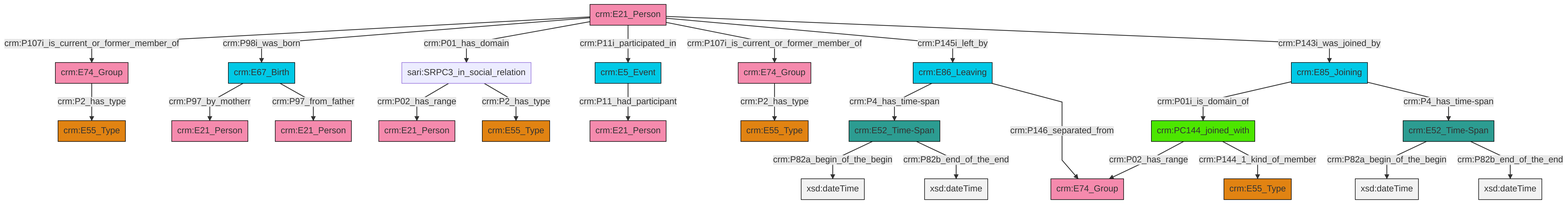
Above: et/personCSV/ttl/mmd/png/Person_Actor_Relations.png in swiss-art-research-net/docs.swissartresearch (Mermaid), before the change. Its source is kept beside it as et/personCSV/ttl/mmd/Person_Actor_Relations.ttl.mmd.
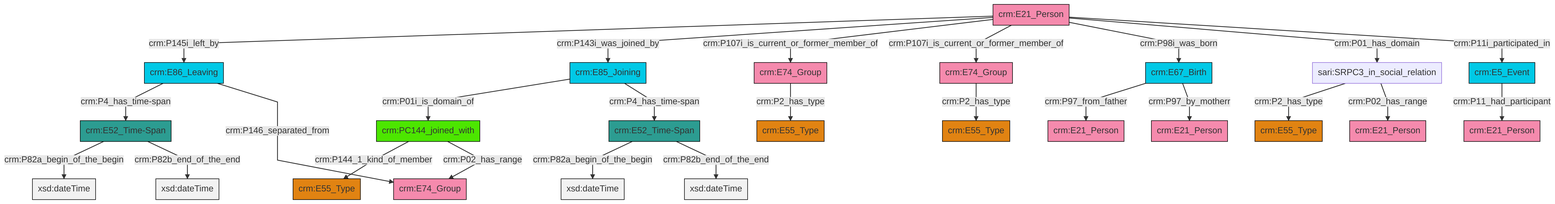
After the commit.

What changed in the source:
```diff
@@ -13,27 +13,27 @@
 classDef PC_Classes fill:#4ce600, stroke:#000000;
 classDef Multi fill:#cccccc,stroke:#000000;
 
-0["crm:E85_Joining"]:::Temporal_Entity -->|crm:P01i_is_domain_of| 1["crm:PC144_joined_with"]:::PC_Classes
-2["crm:E21_Person"]:::Actor -->|crm:P107i_is_current_or_former_member_of| 3["crm:E74_Group"]:::Actor
-2["crm:E21_Person"]:::Actor -->|crm:P98i_was_born| 4["crm:E67_Birth"]:::Temporal_Entity
-2["crm:E21_Person"]:::Actor -->|crm:P01_has_domain| 13["sari:SRPC3_in_social_relation"]:::Default
-14["crm:E52_Time-Span"]:::Time-Span -->|crm:P82a_begin_of_the_begin| 15[xsd:dateTime]:::Literal
-13["sari:SRPC3_in_social_relation"]:::Default -->|crm:P02_has_range| 11["crm:E21_Person"]:::Actor
-24["crm:E86_Leaving"]:::Temporal_Entity -->|crm:P4_has_time-span| 25["crm:E52_Time-Span"]:::Time-Span
-2["crm:E21_Person"]:::Actor -->|crm:P11i_participated_in| 27["crm:E5_Event"]:::Temporal_Entity
-25["crm:E52_Time-Span"]:::Time-Span -->|crm:P82a_begin_of_the_begin| 36[xsd:dateTime]:::Literal
-2["crm:E21_Person"]:::Actor -->|crm:P107i_is_current_or_former_member_of| 32["crm:E74_Group"]:::Actor
-3["crm:E74_Group"]:::Actor -->|crm:P2_has_type| 37["crm:E55_Type"]:::Type
-1["crm:PC144_joined_with"]:::PC_Classes -->|crm:P02_has_range| 9["crm:E74_Group"]:::Actor
-14["crm:E52_Time-Span"]:::Time-Span -->|crm:P82b_end_of_the_end| 39[xsd:dateTime]:::Literal
-4["crm:E67_Birth"]:::Temporal_Entity -->|crm:P97_by_motherr| 16["crm:E21_Person"]:::Actor
-13["sari:SRPC3_in_social_relation"]:::Default -->|crm:P2_has_type| 7["crm:E55_Type"]:::Type
-2["crm:E21_Person"]:::Actor -->|crm:P145i_left_by| 24["crm:E86_Leaving"]:::Temporal_Entity
-24["crm:E86_Leaving"]:::Temporal_Entity -->|crm:P146_separated_from| 9["crm:E74_Group"]:::Actor
-1["crm:PC144_joined_with"]:::PC_Classes -->|crm:P144_1_kind_of_member| 5["crm:E55_Type"]:::Type
-0["crm:E85_Joining"]:::Temporal_Entity -->|crm:P4_has_time-span| 14["crm:E52_Time-Span"]:::Time-Span
-2["crm:E21_Person"]:::Actor -->|crm:P143i_was_joined_by| 0["crm:E85_Joining"]:::Temporal_Entity
-27["crm:E5_Event"]:::Temporal_Entity -->|crm:P11_had_participant| 34["crm:E21_Person"]:::Actor
-25["crm:E52_Time-Span"]:::Time-Span -->|crm:P82b_end_of_the_end| 46[xsd:dateTime]:::Literal
-32["crm:E74_Group"]:::Actor -->|crm:P2_has_type| 18["crm:E55_Type"]:::Type
-4["crm:E67_Birth"]:::Temporal_Entity -->|crm:P97_from_father| 44["crm:E21_Person"]:::Actor
+4["crm:E74_Group"]:::Actor -->|crm:P2_has_type| 5["crm:E55_Type"]:::Type
+6["crm:E86_Leaving"]:::Temporal_Entity -->|crm:P4_has_time-span| 7["crm:E52_Time-Span"]:::Time-Span
+10["crm:E67_Birth"]:::Temporal_Entity -->|crm:P97_from_father| 11["crm:E21_Person"]:::Actor
+14["crm:E21_Person"]:::Actor -->|crm:P145i_left_by| 6["crm:E86_Leaving"]:::Temporal_Entity
+15["crm:E85_Joining"]:::Temporal_Entity -->|crm:P01i_is_domain_of| 2["crm:PC144_joined_with"]:::PC_Classes
+14["crm:E21_Person"]:::Actor -->|crm:P143i_was_joined_by| 15["crm:E85_Joining"]:::Temporal_Entity
+15["crm:E85_Joining"]:::Temporal_Entity -->|crm:P4_has_time-span| 17["crm:E52_Time-Span"]:::Time-Span
+21["crm:E5_Event"]:::Temporal_Entity -->|crm:P11_had_participant| 0["crm:E21_Person"]:::Actor
+14["crm:E21_Person"]:::Actor -->|crm:P107i_is_current_or_former_member_of| 22["crm:E74_Group"]:::Actor
+17["crm:E52_Time-Span"]:::Time-Span -->|crm:P82a_begin_of_the_begin| 23[xsd:dateTime]:::Literal
+2["crm:PC144_joined_with"]:::PC_Classes -->|crm:P144_1_kind_of_member| 18["crm:E55_Type"]:::Type
+14["crm:E21_Person"]:::Actor -->|crm:P107i_is_current_or_former_member_of| 4["crm:E74_Group"]:::Actor
+14["crm:E21_Person"]:::Actor -->|crm:P98i_was_born| 10["crm:E67_Birth"]:::Temporal_Entity
+7["crm:E52_Time-Span"]:::Time-Span -->|crm:P82a_begin_of_the_begin| 33[xsd:dateTime]:::Literal
+31["sari:SRPC3_in_social_relation"]:::Default -->|crm:P2_has_type| 29["crm:E55_Type"]:::Type
+7["crm:E52_Time-Span"]:::Time-Span -->|crm:P82b_end_of_the_end| 39[xsd:dateTime]:::Literal
+2["crm:PC144_joined_with"]:::PC_Classes -->|crm:P02_has_range| 24["crm:E74_Group"]:::Actor
+31["sari:SRPC3_in_social_relation"]:::Default -->|crm:P02_has_range| 40["crm:E21_Person"]:::Actor
+10["crm:E67_Birth"]:::Temporal_Entity -->|crm:P97_by_motherr| 8["crm:E21_Person"]:::Actor
+14["crm:E21_Person"]:::Actor -->|crm:P01_has_domain| 31["sari:SRPC3_in_social_relation"]:::Default
+22["crm:E74_Group"]:::Actor -->|crm:P2_has_type| 12["crm:E55_Type"]:::Type
+6["crm:E86_Leaving"]:::Temporal_Entity -->|crm:P146_separated_from| 24["crm:E74_Group"]:::Actor
+17["crm:E52_Time-Span"]:::Time-Span -->|crm:P82b_end_of_the_end| 43[xsd:dateTime]:::Literal
+14["crm:E21_Person"]:::Actor -->|crm:P11i_participated_in| 21["crm:E5_Event"]:::Temporal_Entity
```
